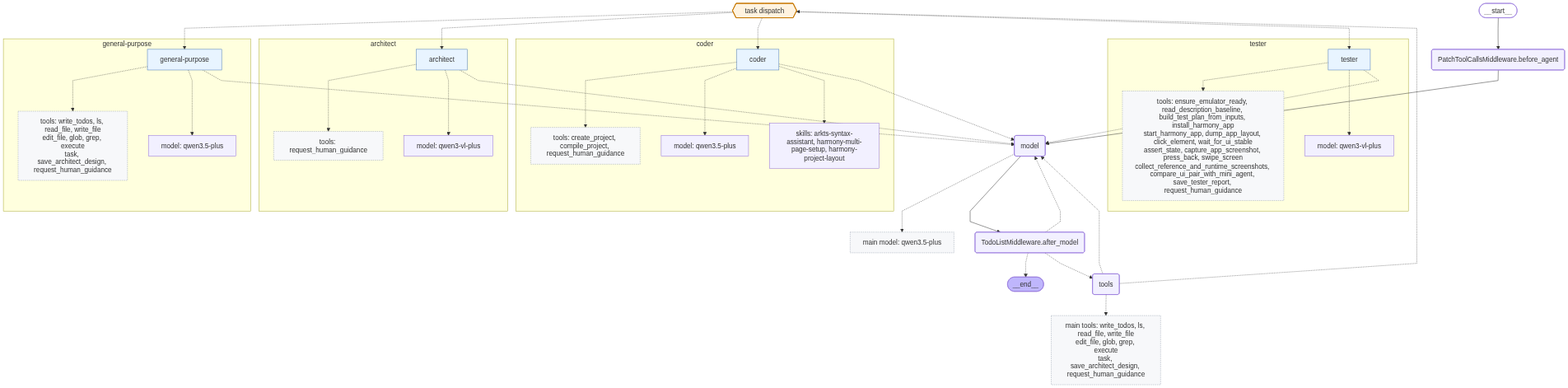
Before: artifacts/langgraph.png, a diagram exported from Mermaid (dong-frank/ImageToArkTS). Its source is kept beside it as artifacts/langgraph.mmd.
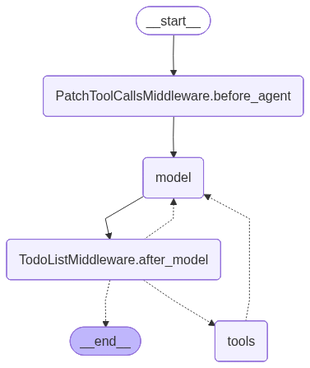
Above is the later version.

Change to the diagram source:
```diff
@@ -4,63 +4,6 @@
     curve: linear
 ---
 graph TD;
-	task_dispatch{{task dispatch}}
-	tools -.-> task_dispatch;
-	main_tools_meta["main tools: write_todos, ls, read_file, write_file<br/>edit_file, glob, grep, execute<br/>task, save_architect_design, request_human_guidance"]
-	tools -.-> main_tools_meta;
-	main_model_meta["main model: qwen3.5-plus"]
-	model -.-> main_model_meta;
-	subgraph cluster_subagent_general_purpose["general-purpose"]
-		subagent_general_purpose["general-purpose"]
-		subagent_general_purpose_tools["tools: write_todos, ls, read_file, write_file<br/>edit_file, glob, grep, execute<br/>task, save_architect_design, request_human_guidance"]
-		subagent_general_purpose -.-> subagent_general_purpose_tools;
-		subagent_general_purpose_model["model: qwen3.5-plus"]
-		subagent_general_purpose -.-> subagent_general_purpose_model;
-	end
-	task_dispatch -.-> subagent_general_purpose;
-	subagent_general_purpose -.-> model;
-	subgraph cluster_subagent_architect["architect"]
-		subagent_architect["architect"]
-		subagent_architect_tools["tools: request_human_guidance"]
-		subagent_architect -.-> subagent_architect_tools;
-		subagent_architect_model["model: qwen3-vl-plus"]
-		subagent_architect -.-> subagent_architect_model;
-	end
-	task_dispatch -.-> subagent_architect;
-	subagent_architect -.-> model;
-	subgraph cluster_subagent_coder["coder"]
-		subagent_coder["coder"]
-		subagent_coder_tools["tools: create_project, compile_project, request_human_guidance"]
-		subagent_coder -.-> subagent_coder_tools;
-		subagent_coder_model["model: qwen3.5-plus"]
-		subagent_coder -.-> subagent_coder_model;
-		subagent_coder_skills["skills: arkts-syntax-assistant, harmony-multi-page-setup, harmony-project-layout"]
-		subagent_coder -.-> subagent_coder_skills;
-	end
-	task_dispatch -.-> subagent_coder;
-	subagent_coder -.-> model;
-	subgraph cluster_subagent_tester["tester"]
-		subagent_tester["tester"]
-		subagent_tester_tools["tools: ensure_emulator_ready, read_description_baseline, build_test_plan_from_inputs, install_harmony_app<br/>start_harmony_app, dump_app_layout, click_element, wait_for_ui_stable<br/>assert_state, capture_app_screenshot, press_back, swipe_screen<br/>collect_reference_and_runtime_screenshots, compare_ui_pair_with_mini_agent, save_tester_report, request_human_guidance"]
-		subagent_tester -.-> subagent_tester_tools;
-		subagent_tester_model["model: qwen3-vl-plus"]
-		subagent_tester -.-> subagent_tester_model;
-	end
-	task_dispatch -.-> subagent_tester;
-	subagent_tester -.-> model;
-	classDef subagent fill:#e8f4ff,stroke:#4a78b8,stroke-width:1px;
-	classDef meta fill:#f7f8fa,stroke:#9aa5b1,stroke-dasharray: 3 2;
-	classDef dispatch fill:#fff3e0,stroke:#c77700,stroke-width:1.5px;
-	class task_dispatch dispatch;
-	class main_tools_meta,main_model_meta meta;
-	class subagent_general_purpose subagent;
-	class subagent_general_purpose_tools meta;
-	class subagent_architect subagent;
-	class subagent_architect_tools meta;
-	class subagent_coder subagent;
-	class subagent_coder_tools meta;
-	class subagent_tester subagent;
-	class subagent_tester_tools meta;
 	__start__([<p>__start__</p>]):::first
 	model(model)
 	tools(tools)
```
